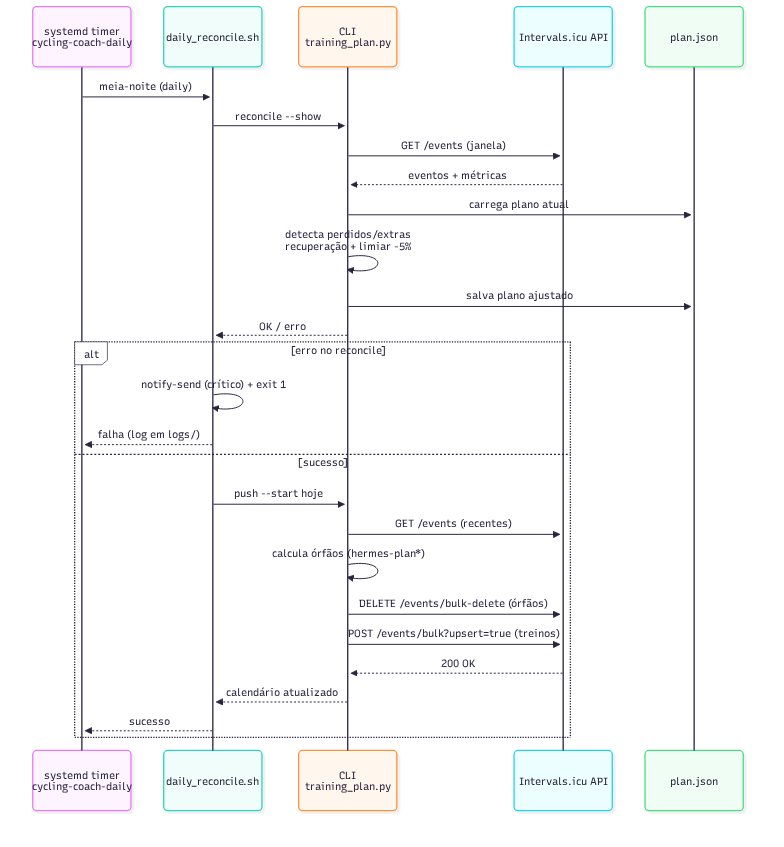
This is docs/diagramas/sequencia-timer.png from valdelin/Hermes-coach, a Mermaid export, as it was before one commit. Its source is kept beside it as docs/diagramas/sequencia-timer.mmd. The source it was exported from:
```mermaid
sequenceDiagram
    participant T as systemd timer<br/>cycling-coach-daily
    participant S as daily_reconcile.sh
    participant C as CLI<br/>training_plan.py
    participant I as Intervals.icu API
    participant P as plan.json

    T->>S: meia-noite (daily)
    S->>C: reconcile --show
    C->>I: GET /events (janela)
    I-->>C: eventos + métricas
    C->>P: carrega plano atual
    C->>C: detecta perdidos/extras<br/>recuperação + limiar -5%
    C->>P: salva plano ajustado
    C-->>S: OK / erro
    alt erro no reconcile
        S->>S: notify-send (crítico) + exit 1
        S-->>T: falha (log em logs/)
    else sucesso
        S->>C: push --start hoje
        C->>I: GET /events (recentes)
        C->>C: calcula órfãos (hermes-plan*)
        C->>I: DELETE /events/bulk-delete (órfãos)
        C->>I: POST /events/bulk?upsert=true (treinos)
        I-->>C: 200 OK
        C-->>S: calendário atualizado
        S-->>T: sucesso
    end
```
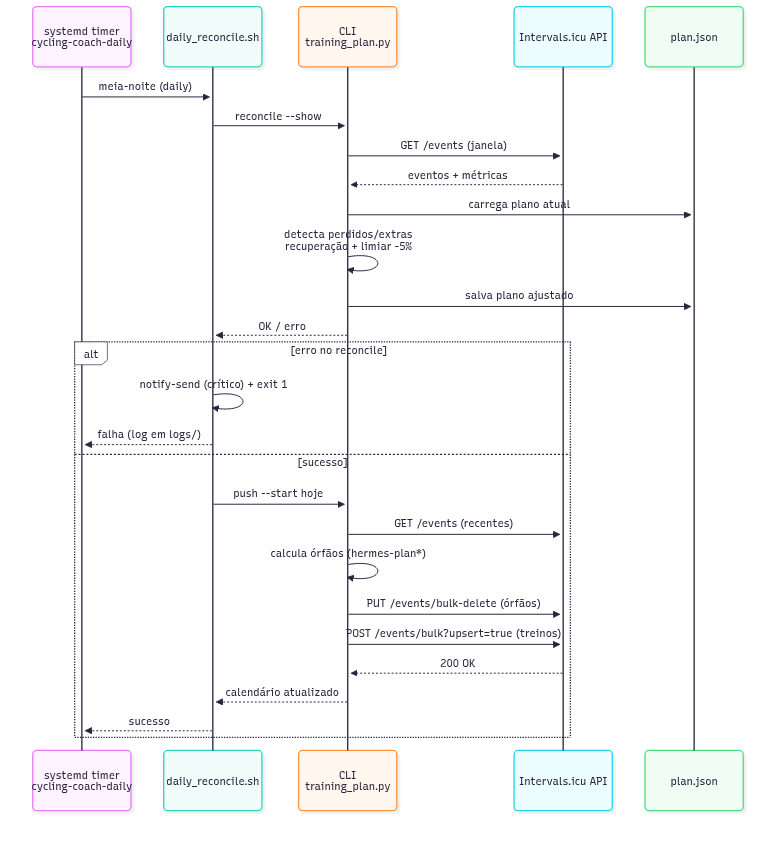
The same file after the commit.

Change to the diagram source:
```diff
@@ -20,7 +20,7 @@
         S->>C: push --start hoje
         C->>I: GET /events (recentes)
         C->>C: calcula órfãos (hermes-plan*)
-        C->>I: DELETE /events/bulk-delete (órfãos)
+        C->>I: PUT /events/bulk-delete (órfãos)
         C->>I: POST /events/bulk?upsert=true (treinos)
         I-->>C: 200 OK
         C-->>S: calendário atualizado
```
